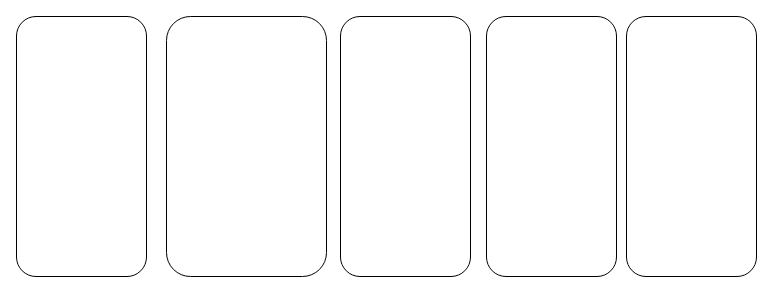
Before: Voip.drawio in PKQZPC/Voip, a draw.io diagram. Source tidied: cells renumbered, new cells numbered last; positions are measured from the earlier drawing's top-left corner, leaving out a move shared by most shapes. Both pictures are drawn from the tidied source at 100%, with x=0, y=0 at pixel (16, 16).
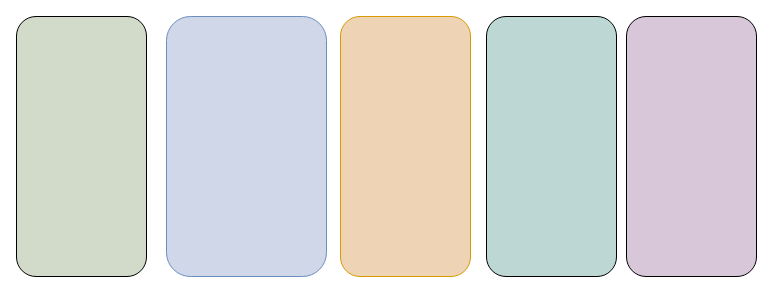
After the change.

Diff of the diagram source:
```diff
@@
 <mxGraphModel>
   <root>
     <mxCell id="0" />
     <mxCell id="1" parent="0" />
-    <mxCell id="2" style="rounded=1;whiteSpace=wrap;html=1;" parent="1" vertex="1">
+    <mxCell id="2" style="rounded=1;whiteSpace=wrap;html=1;fillColor=light-dark(#d2daca, #ededed);" parent="1" vertex="1">
       <mxGeometry width="130" height="260" as="geometry" />
     </mxCell>
-    <mxCell id="3" style="rounded=1;whiteSpace=wrap;html=1;" parent="1" vertex="1">
+    <mxCell id="3" style="rounded=1;whiteSpace=wrap;html=1;fillColor=light-dark(#d0d7e9, #1d293b);strokeColor=#6c8ebf;" parent="1" vertex="1">
       <mxGeometry x="150" width="160" height="260" as="geometry" />
     </mxCell>
-    <mxCell id="4" style="rounded=1;whiteSpace=wrap;html=1;" parent="1" vertex="1">
+    <mxCell id="4" style="rounded=1;whiteSpace=wrap;html=1;fillColor=light-dark(#eed3b5, #36210a);strokeColor=#d79b00;" parent="1" vertex="1">
       <mxGeometry x="324" width="130" height="260" as="geometry" />
     </mxCell>
-    <mxCell id="5" style="rounded=1;whiteSpace=wrap;html=1;" parent="1" vertex="1">
+    <mxCell id="5" style="rounded=1;whiteSpace=wrap;html=1;fillColor=light-dark(#bdd8d4, #ededed);" parent="1" vertex="1">
       <mxGeometry x="470" width="130" height="260" as="geometry" />
     </mxCell>
-    <mxCell id="6" style="rounded=1;whiteSpace=wrap;html=1;" parent="1" vertex="1">
+    <mxCell id="6" style="rounded=1;whiteSpace=wrap;html=1;fillColor=light-dark(#d8c7d8, #ededed);" parent="1" vertex="1">
       <mxGeometry x="610" width="130" height="260" as="geometry" />
     </mxCell>
   </root>
 </mxGraphModel>
```
